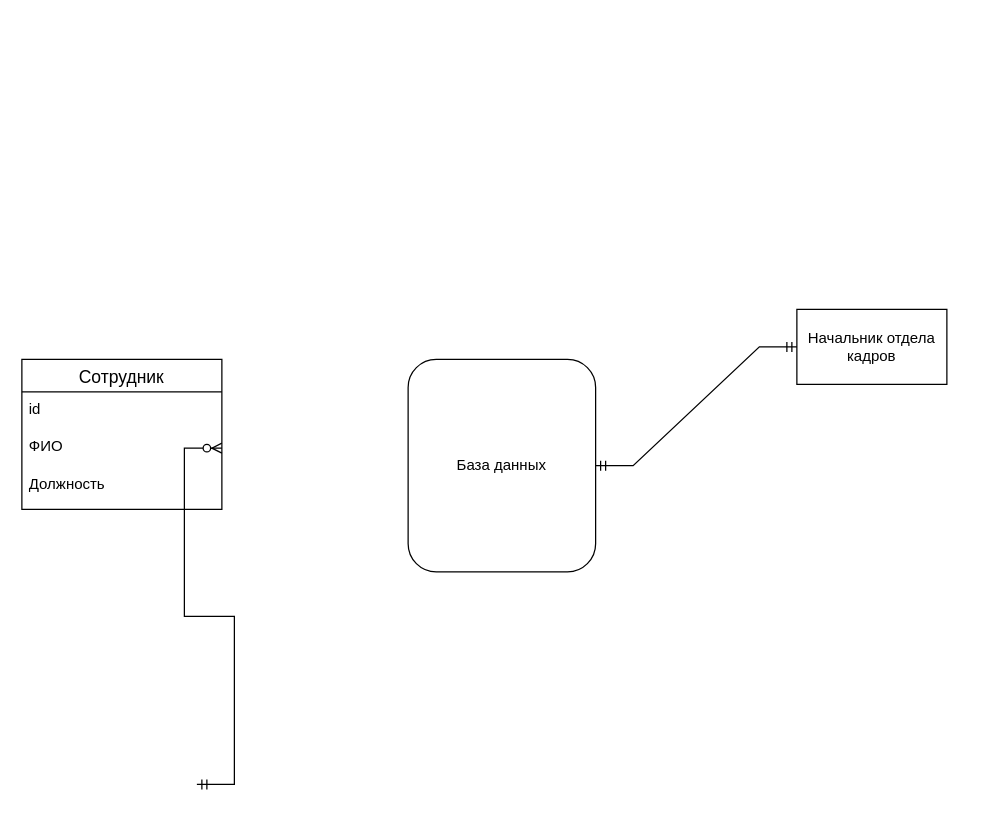
The draw.io diagram Диаграмма без названия.drawio in Shalapai2009/Project, before the edit. Source tidied: cells renumbered, new cells numbered last; positions are measured from the earlier drawing's top-left corner, leaving out a move shared by most shapes. Both pictures are drawn from the tidied source at 125%, with x=0, y=0 at pixel (21, 309).
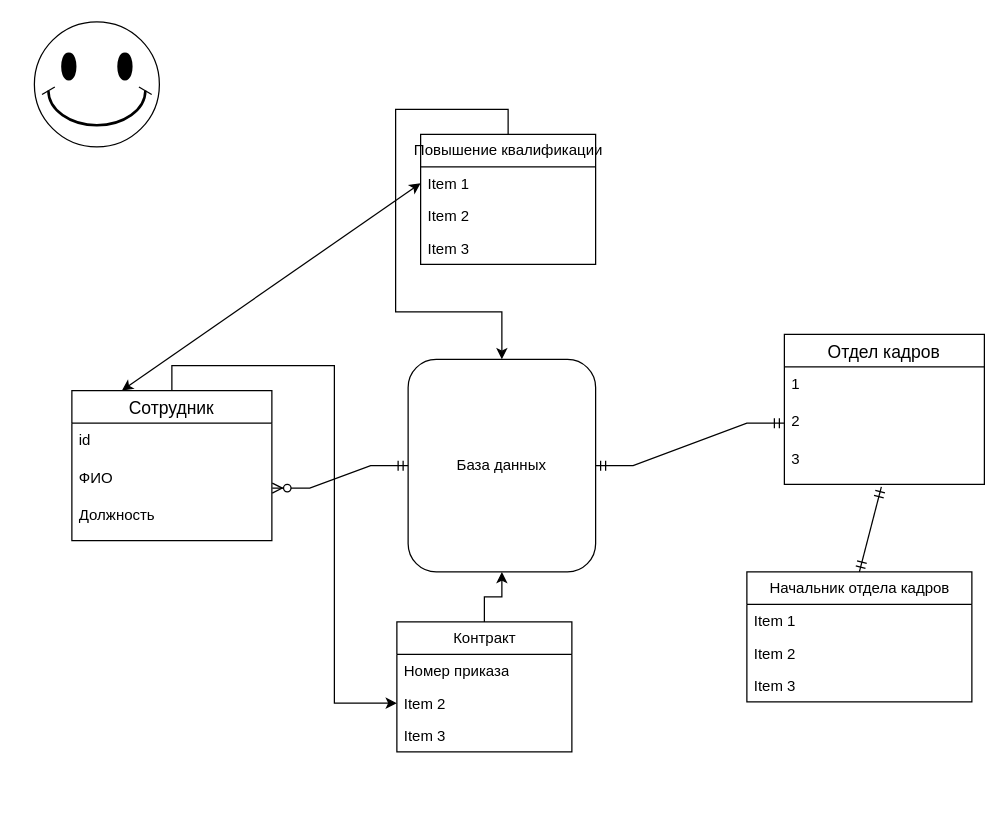
The same diagram, later.

The change refers to these unchanged cells:
```xml
<mxCell id="2" value="База данных" style="rounded=1;whiteSpace=wrap;html=1;" parent="1" vertex="1">
  <mxGeometry x="309" y="40" width="150" height="170" as="geometry" />
</mxCell>
<mxCell id="8" value="ФИО" style="text;strokeColor=none;fillColor=none;spacingLeft=4;spacingRight=4;overflow=hidden;points=[[0,0.5],[1,0.5]];portConstraint=eastwest;fontSize=12;whiteSpace=wrap;html=1;" parent="6" vertex="1">
  <mxGeometry y="56" width="160" height="30" as="geometry" />
</mxCell>
```

Diff of the diagram source:
```diff
@@
-    <mxCell id="3" style="edgeStyle=entityRelationEdgeStyle;fontSize=12;html=1;endArrow=ERzeroToMany;startArrow=ERmandOne;rounded=0;entryX=1;entryY=0.5;entryDx=0;entryDy=0;" parent="1" edge="1" target="8">
-      <mxGeometry relative="1" as="geometry">
-        <mxPoint x="140" y="380" as="sourcePoint" />
-      </mxGeometry>
+    <mxCell id="3" style="edgeStyle=entityRelationEdgeStyle;fontSize=12;html=1;endArrow=ERzeroToMany;startArrow=ERmandOne;rounded=0;entryX=1.002;entryY=0.733;entryDx=0;entryDy=0;entryPerimeter=0;exitX=0;exitY=0.5;exitDx=0;exitDy=0;" parent="1" edge="1" source="2" target="8">
+      <mxGeometry relative="1" as="geometry" />
     </mxCell>
-    <mxCell id="4" value="Начальник отдела кадров" style="rounded=0;whiteSpace=wrap;html=1;" parent="1" vertex="1">
-      <mxGeometry x="620" width="120" height="60" as="geometry" />
-    </mxCell>
-    <mxCell id="5" style="edgeStyle=entityRelationEdgeStyle;fontSize=12;html=1;endArrow=ERmandOne;startArrow=ERmandOne;rounded=0;exitX=1;exitY=0.5;exitDx=0;exitDy=0;" parent="1" edge="1" source="2" target="4">
+    <mxCell id="5" style="edgeStyle=entityRelationEdgeStyle;fontSize=12;html=1;endArrow=ERmandOne;startArrow=ERmandOne;rounded=0;exitX=1;exitY=0.5;exitDx=0;exitDy=0;entryX=0;entryY=0.5;entryDx=0;entryDy=0;" parent="1" edge="1" source="2" target="17">
       <mxGeometry relative="1" as="geometry" />
     </mxCell>
+    <mxCell id="10" style="edgeStyle=orthogonalEdgeStyle;rounded=0;jettySize=auto;html=1;exitX=0.5;exitY=0;exitDx=0;exitDy=0;entryX=0;entryY=0.5;entryDx=0;entryDy=0;" parent="1" edge="1" source="6" target="23">
+      <mxGeometry relative="1" as="geometry" />
+    </mxCell>
     <mxCell id="6" value="Сотрудник" style="swimlane;fontStyle=0;horizontal=1;startSize=26;align=center;fontSize=14;" parent="1" vertex="1">
-      <mxGeometry y="40" width="160" height="120" as="geometry" />
+      <mxGeometry x="40" y="65" width="160" height="120" as="geometry" />
     </mxCell>
@@
+    <mxCell id="11" style="verticalLabelPosition=bottom;verticalAlign=top;html=1;shape=mxgraph.basic.smiley;" parent="1" vertex="1">
+      <mxGeometry x="10" y="-230" width="100" height="100" as="geometry" />
+    </mxCell>
+    <mxCell id="4" value="Начальник отдела кадров" style="swimlane;fontStyle=0;horizontal=1;startSize=26;fillColor=none;html=1;" parent="1" vertex="1">
+      <mxGeometry x="580" y="210" width="180" height="104" as="geometry" />
+    </mxCell>
+    <mxCell id="12" value="Item 1" style="text;strokeColor=none;fillColor=none;align=left;verticalAlign=top;spacingLeft=4;spacingRight=4;overflow=hidden;whiteSpace=wrap;html=1;" parent="4" vertex="1">
+      <mxGeometry y="26" width="180" height="26" as="geometry" />
+    </mxCell>
+    <mxCell id="13" value="Item 2" style="text;strokeColor=none;fillColor=none;align=left;verticalAlign=top;spacingLeft=4;spacingRight=4;overflow=hidden;whiteSpace=wrap;html=1;" parent="4" vertex="1">
+      <mxGeometry y="52" width="180" height="26" as="geometry" />
+    </mxCell>
+    <mxCell id="14" value="Item 3" style="text;strokeColor=none;fillColor=none;align=left;verticalAlign=top;spacingLeft=4;spacingRight=4;overflow=hidden;whiteSpace=wrap;html=1;" parent="4" vertex="1">
+      <mxGeometry y="78" width="180" height="26" as="geometry" />
+    </mxCell>
+    <mxCell id="15" value="Отдел кадров" style="swimlane;fontStyle=0;horizontal=1;startSize=26;align=center;fontSize=14;" parent="1" vertex="1">
+      <mxGeometry x="610" y="20" width="160" height="120" as="geometry" />
+    </mxCell>
+    <mxCell id="16" value="1" style="text;strokeColor=none;fillColor=none;spacingLeft=4;spacingRight=4;overflow=hidden;fontSize=12;whiteSpace=wrap;html=1;" parent="15" vertex="1">
+      <mxGeometry y="26" width="160" height="30" as="geometry" />
+    </mxCell>
+    <mxCell id="17" value="2" style="text;strokeColor=none;fillColor=none;spacingLeft=4;spacingRight=4;overflow=hidden;points=[[0,0.5],[1,0.5]];portConstraint=eastwest;fontSize=12;whiteSpace=wrap;html=1;" parent="15" vertex="1">
+      <mxGeometry y="56" width="160" height="30" as="geometry" />
+    </mxCell>
+    <mxCell id="18" value="3" style="text;strokeColor=none;fillColor=none;spacingLeft=4;spacingRight=4;overflow=hidden;points=[[0,0.5],[1,0.5]];portConstraint=eastwest;fontSize=12;whiteSpace=wrap;html=1;" parent="15" vertex="1">
+      <mxGeometry y="86" width="160" height="34" as="geometry" />
+    </mxCell>
+    <mxCell id="19" style="fontSize=12;html=1;endArrow=ERmandOne;startArrow=ERmandOne;rounded=0;exitX=0.5;exitY=0;exitDx=0;exitDy=0;entryX=0.485;entryY=1.059;entryDx=0;entryDy=0;entryPerimeter=0;" parent="1" edge="1" source="4" target="18">
+      <mxGeometry relative="1" as="geometry" />
+    </mxCell>
+    <mxCell id="20" style="edgeStyle=orthogonalEdgeStyle;rounded=0;jettySize=auto;html=1;exitX=0.5;exitY=0;exitDx=0;exitDy=0;entryX=0.5;entryY=1;entryDx=0;entryDy=0;" parent="1" edge="1" source="21" target="2">
+      <mxGeometry relative="1" as="geometry" />
+    </mxCell>
+    <mxCell id="21" value="Контракт" style="swimlane;fontStyle=0;horizontal=1;startSize=26;fillColor=none;html=1;" parent="1" vertex="1">
+      <mxGeometry x="300" y="250" width="140" height="104" as="geometry" />
+    </mxCell>
+    <mxCell id="22" value="Номер приказа" style="text;strokeColor=none;fillColor=none;align=left;verticalAlign=top;spacingLeft=4;spacingRight=4;overflow=hidden;whiteSpace=wrap;html=1;" parent="21" vertex="1">
+      <mxGeometry y="26" width="140" height="26" as="geometry" />
+    </mxCell>
+    <mxCell id="23" value="Item 2" style="text;strokeColor=none;fillColor=none;align=left;verticalAlign=top;spacingLeft=4;spacingRight=4;overflow=hidden;points=[[0,0.5],[1,0.5]];portConstraint=eastwest;whiteSpace=wrap;html=1;" parent="21" vertex="1">
+      <mxGeometry y="52" width="140" height="26" as="geometry" />
+    </mxCell>
+    <mxCell id="24" value="Item 3" style="text;strokeColor=none;fillColor=none;align=left;verticalAlign=top;spacingLeft=4;spacingRight=4;overflow=hidden;whiteSpace=wrap;html=1;" parent="21" vertex="1">
+      <mxGeometry y="78" width="140" height="26" as="geometry" />
+    </mxCell>
+    <mxCell id="25" style="edgeStyle=orthogonalEdgeStyle;rounded=0;jettySize=auto;html=1;exitX=0.5;exitY=0;exitDx=0;exitDy=0;" parent="1" edge="1" source="26" target="2">
+      <mxGeometry relative="1" as="geometry" />
+    </mxCell>
+    <mxCell id="26" value="Повышение квалификации" style="swimlane;fontStyle=0;horizontal=1;startSize=26;fillColor=none;html=1;" parent="1" vertex="1">
+      <mxGeometry x="319" y="-140" width="140" height="104" as="geometry" />
+    </mxCell>
+    <mxCell id="27" value="Item 1" style="text;strokeColor=none;fillColor=none;align=left;verticalAlign=top;spacingLeft=4;spacingRight=4;overflow=hidden;points=[[0,0.5],[1,0.5]];portConstraint=eastwest;whiteSpace=wrap;html=1;" parent="26" vertex="1">
+      <mxGeometry y="26" width="140" height="26" as="geometry" />
+    </mxCell>
+    <mxCell id="28" value="Item 2" style="text;strokeColor=none;fillColor=none;align=left;verticalAlign=top;spacingLeft=4;spacingRight=4;overflow=hidden;whiteSpace=wrap;html=1;" parent="26" vertex="1">
+      <mxGeometry y="52" width="140" height="26" as="geometry" />
+    </mxCell>
+    <mxCell id="29" value="Item 3" style="text;strokeColor=none;fillColor=none;align=left;verticalAlign=top;spacingLeft=4;spacingRight=4;overflow=hidden;whiteSpace=wrap;html=1;" parent="26" vertex="1">
+      <mxGeometry y="78" width="140" height="26" as="geometry" />
+    </mxCell>
+    <mxCell id="30" style="endArrow=classic;startArrow=classic;html=1;rounded=0;exitX=0.25;exitY=0;exitDx=0;exitDy=0;entryX=0;entryY=0.5;entryDx=0;entryDy=0;" parent="1" edge="1" source="6" target="27">
+      <mxGeometry relative="1" as="geometry" />
+    </mxCell>
```
